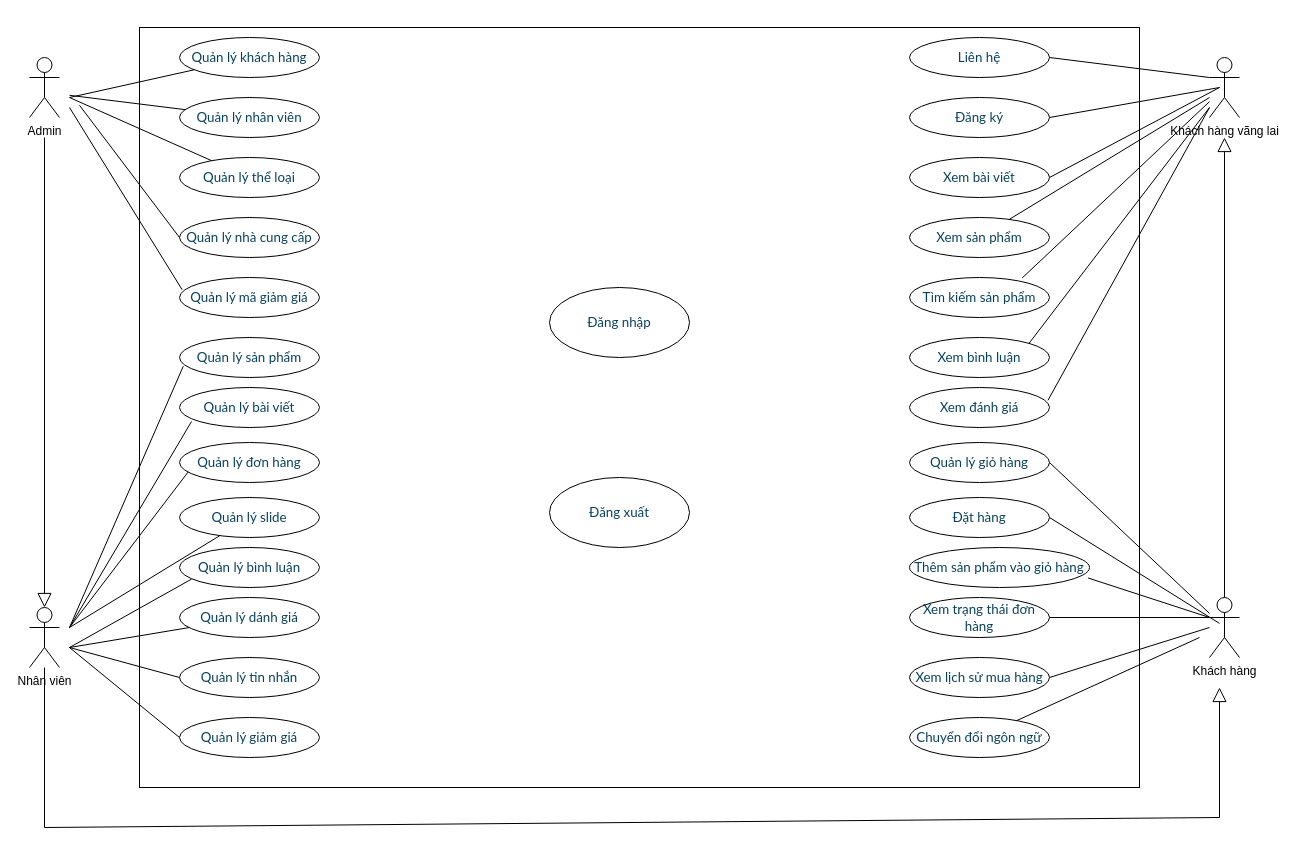
Earlier version of the draw.io diagram Biểu đồ không có tiêu đề.drawio (tongdat27/C-). Source tidied: cells renumbered, new cells numbered last; positions are measured from the earlier drawing's top-left corner, leaving out a move shared by most shapes. Both pictures are drawn from the tidied source at 100%, with x=0, y=0 at pixel (29, 27).
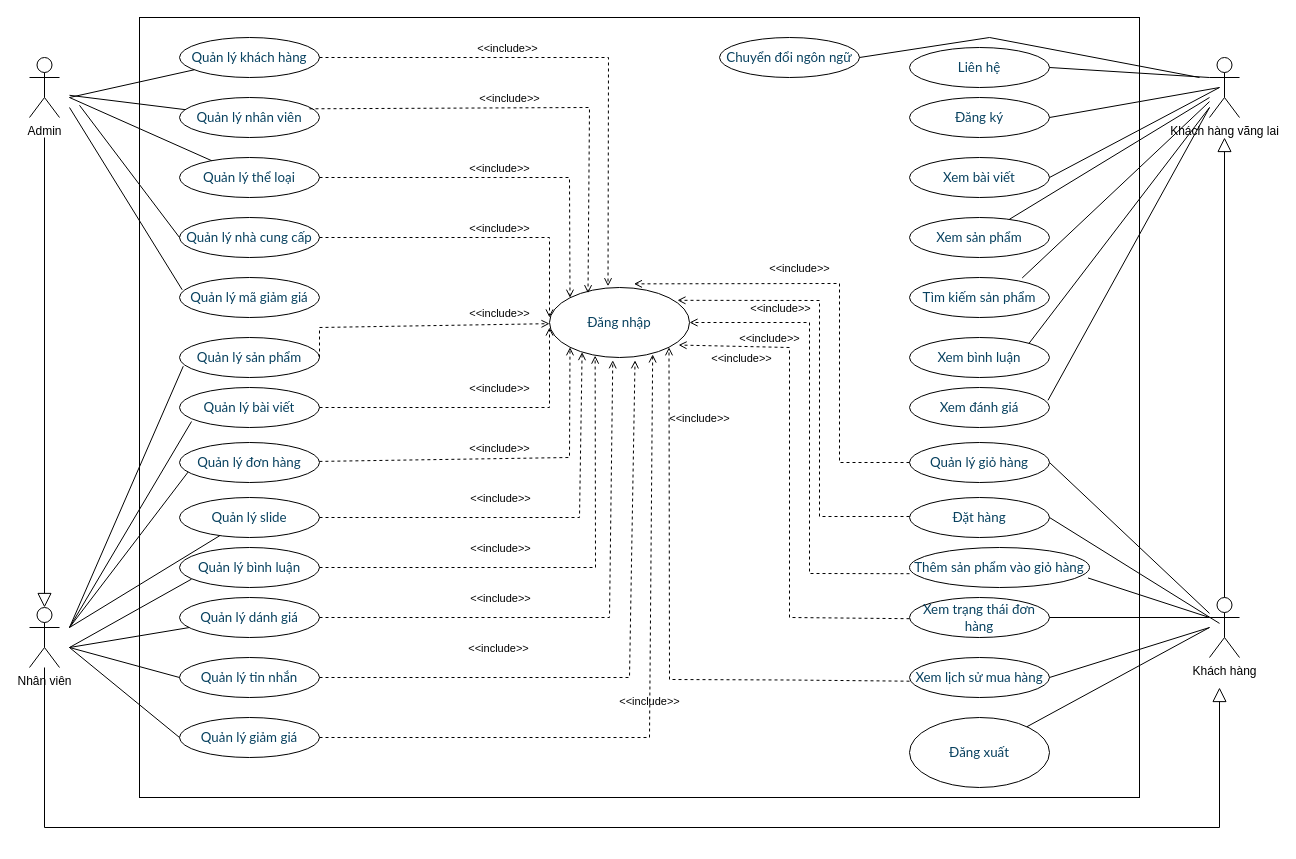
The same diagram, later.

Commit message:
doe use case v1

Unchanged cells that the change refers to:
```xml
<mxCell id="4" value="Nhân viên" style="shape=umlActor;verticalLabelPosition=bottom;verticalAlign=top;html=1;outlineConnect=0;" parent="1" vertex="1">
  <mxGeometry y="580" width="30" height="60" as="geometry" />
</mxCell>
<mxCell id="7" value="&lt;span style=&quot;font-family: Lato; color: rgb(8, 65, 95); font-size: 10pt;&quot;&gt;Quản lý khách hàng&lt;/span&gt;" style="ellipse;whiteSpace=wrap;html=1;" parent="1" vertex="1">
  <mxGeometry x="150" y="10" width="140" height="40" as="geometry" />
</mxCell>
<mxCell id="12" value="&lt;span style=&quot;font-family: Lato; color: rgb(8, 65, 95); font-size: 10pt;&quot;&gt;Quản lý sản phẩm&lt;/span&gt;" style="ellipse;whiteSpace=wrap;html=1;" parent="1" vertex="1">
  <mxGeometry x="150" y="310" width="140" height="40" as="geometry" />
</mxCell>
<mxCell id="13" value="&lt;span style=&quot;font-family: Lato; color: rgb(8, 65, 95); font-size: 10pt;&quot;&gt;Quản lý bài viết&lt;/span&gt;" style="ellipse;whiteSpace=wrap;html=1;" parent="1" vertex="1">
  <mxGeometry x="150" y="360" width="140" height="40" as="geometry" />
</mxCell>
<mxCell id="14" value="&lt;span style=&quot;font-family: Lato; color: rgb(8, 65, 95); font-size: 10pt;&quot;&gt;Quản lý đơn hàng&lt;/span&gt;" style="ellipse;whiteSpace=wrap;html=1;" parent="1" vertex="1">
  <mxGeometry x="150" y="415" width="140" height="40" as="geometry" />
</mxCell>
<mxCell id="15" value="&lt;span style=&quot;font-family: Lato; color: rgb(8, 65, 95); font-size: 10pt;&quot;&gt;Quản lý slide&lt;/span&gt;" style="ellipse;whiteSpace=wrap;html=1;" parent="1" vertex="1">
  <mxGeometry x="150" y="470" width="140" height="40" as="geometry" />
</mxCell>
<mxCell id="16" value="&lt;span style=&quot;font-family: Lato; color: rgb(8, 65, 95); font-size: 10pt;&quot;&gt;Quản lý bình luận&lt;/span&gt;" style="ellipse;whiteSpace=wrap;html=1;" parent="1" vertex="1">
  <mxGeometry x="150" y="520" width="140" height="40" as="geometry" />
</mxCell>
<mxCell id="17" value="&lt;span style=&quot;font-family: Lato; color: rgb(8, 65, 95); font-size: 10pt;&quot;&gt;Quản lý tin nhắn&lt;/span&gt;" style="ellipse;whiteSpace=wrap;html=1;" parent="1" vertex="1">
  <mxGeometry x="150" y="630" width="140" height="40" as="geometry" />
</mxCell>
<mxCell id="18" value="&lt;span style=&quot;font-family: Lato; color: rgb(8, 65, 95); font-size: 10pt;&quot;&gt;Quản lý giảm giá&lt;/span&gt;" style="ellipse;whiteSpace=wrap;html=1;" parent="1" vertex="1">
  <mxGeometry x="150" y="690" width="140" height="40" as="geometry" />
</mxCell>
<mxCell id="25" value="&lt;span style=&quot;font-family: Lato; color: rgb(8, 65, 95); font-size: 10pt;&quot;&gt;Quản lý giỏ hàng&lt;/span&gt;" style="ellipse;whiteSpace=wrap;html=1;" parent="1" vertex="1">
  <mxGeometry x="880" y="415" width="140" height="40" as="geometry" />
</mxCell>
<mxCell id="31" value="&lt;span style=&quot;font-family: Lato; color: rgb(8, 65, 95); font-size: 10pt;&quot;&gt;Quản lý dánh giá&lt;/span&gt;" style="ellipse;whiteSpace=wrap;html=1;" parent="1" vertex="1">
  <mxGeometry x="150" y="570" width="140" height="40" as="geometry" />
</mxCell>
<mxCell id="33" value="&lt;span style=&quot;font-family: Lato; color: rgb(8, 65, 95); font-size: 10pt;&quot;&gt;Đăng nhập&lt;/span&gt;" style="ellipse;whiteSpace=wrap;html=1;" parent="1" vertex="1">
  <mxGeometry x="520" y="260" width="140" height="70" as="geometry" />
</mxCell>
```

The edit, as a diff of the source:
```diff
@@
     <mxCell id="2" style="rounded=0;whiteSpace=wrap;html=1;" parent="1" vertex="1">
-      <mxGeometry x="110" width="1000" height="760" as="geometry" />
+      <mxGeometry x="110" y="-10" width="1000" height="780" as="geometry" />
     </mxCell>
@@
     <mxCell id="19" value="&lt;span style=&quot;font-family: Lato; color: rgb(8, 65, 95); font-size: 10pt;&quot;&gt;Liên hệ&lt;/span&gt;" style="ellipse;whiteSpace=wrap;html=1;" parent="1" vertex="1">
-      <mxGeometry x="880" y="10" width="140" height="40" as="geometry" />
+      <mxGeometry x="880" y="20" width="140" height="40" as="geometry" />
     </mxCell>
@@
     <mxCell id="30" value="&lt;span style=&quot;font-family: Lato; color: rgb(8, 65, 95); font-size: 10pt;&quot;&gt;Chuyển đổi ngôn ngữ&lt;/span&gt;" style="ellipse;whiteSpace=wrap;html=1;" parent="1" vertex="1">
-      <mxGeometry x="880" y="690" width="140" height="40" as="geometry" />
+      <mxGeometry x="690" y="10" width="140" height="40" as="geometry" />
     </mxCell>
@@
     <mxCell id="34" value="&lt;span style=&quot;font-family: Lato; color: rgb(8, 65, 95); font-size: 10pt;&quot;&gt;Đăng xuất&lt;/span&gt;" style="ellipse;whiteSpace=wrap;html=1;" parent="1" vertex="1">
-      <mxGeometry x="520" y="450" width="140" height="70" as="geometry" />
+      <mxGeometry x="880" y="690" width="140" height="70" as="geometry" />
     </mxCell>
@@
     <mxCell id="36" style="edgeStyle=none;html=1;endSize=12;endArrow=block;endFill=0;rounded=0;" parent="1" edge="1" source="4">
       <mxGeometry relative="1" as="geometry">
         <mxPoint x="1190" y="660" as="targetPoint" />
         <Array as="points">
           <mxPoint x="15" y="800" />
-          <mxPoint x="1190" y="790" />
+          <mxPoint x="1190" y="800" />
         </Array>
       </mxGeometry>
     </mxCell>
@@
-    <mxCell id="63" style="endArrow=none;html=1;rounded=0;" parent="1" edge="1" source="30">
-      <mxGeometry relative="1" as="geometry">
-        <mxPoint x="1170" y="610" as="targetPoint" />
-      </mxGeometry>
-    </mxCell>
+    <mxCell id="64" value="&amp;lt;&amp;lt;include&amp;gt;&amp;gt;" style="html=1;verticalAlign=bottom;labelBackgroundColor=none;endArrow=open;endFill=0;dashed=1;rounded=0;exitX=1;exitY=0.5;exitDx=0;exitDy=0;entryX=0.418;entryY=-0.018;entryDx=0;entryDy=0;entryPerimeter=0;" parent="1" edge="1" source="7" target="33">
+      <mxGeometry x="-0.27" relative="1" as="geometry">
+        <Array as="points">
+          <mxPoint x="579" y="30" />
+        </Array>
+        <mxPoint x="-1" as="offset" />
+      </mxGeometry>
+    </mxCell>
+    <mxCell id="65" value="&amp;lt;&amp;lt;include&amp;gt;&amp;gt;" style="html=1;verticalAlign=bottom;labelBackgroundColor=none;endArrow=open;endFill=0;dashed=1;rounded=0;exitX=1;exitY=0.5;exitDx=0;exitDy=0;entryX=0.275;entryY=0.082;entryDx=0;entryDy=0;entryPerimeter=0;" parent="1" edge="1" target="33">
+      <mxGeometry x="-0.14" relative="1" as="geometry">
+        <mxPoint x="280" y="81.3" as="sourcePoint" />
+        <Array as="points">
+          <mxPoint x="560" y="80" />
+        </Array>
+      </mxGeometry>
+    </mxCell>
+    <mxCell id="66" value="&amp;lt;&amp;lt;include&amp;gt;&amp;gt;" style="html=1;verticalAlign=bottom;labelBackgroundColor=none;endArrow=open;endFill=0;dashed=1;rounded=0;entryX=0;entryY=0;entryDx=0;entryDy=0;" parent="1" edge="1" target="33">
+      <mxGeometry x="-0.03" relative="1" as="geometry">
+        <mxPoint x="290" y="150" as="sourcePoint" />
+        <Array as="points">
+          <mxPoint x="540" y="150" />
+        </Array>
+      </mxGeometry>
+    </mxCell>
+    <mxCell id="67" value="&amp;lt;&amp;lt;include&amp;gt;&amp;gt;" style="html=1;verticalAlign=bottom;labelBackgroundColor=none;endArrow=open;endFill=0;dashed=1;rounded=0;entryX=0;entryY=0.429;entryDx=0;entryDy=0;entryPerimeter=0;" parent="1" edge="1" target="33">
+      <mxGeometry x="0.16" relative="1" as="geometry">
+        <mxPoint x="290" y="210" as="sourcePoint" />
+        <Array as="points">
+          <mxPoint x="520" y="210" />
+        </Array>
+      </mxGeometry>
+    </mxCell>
+    <mxCell id="68" value="&amp;lt;&amp;lt;include&amp;gt;&amp;gt;" style="html=1;verticalAlign=bottom;labelBackgroundColor=none;endArrow=open;endFill=0;dashed=1;rounded=0;exitX=1;exitY=0.5;exitDx=0;exitDy=0;" parent="1" edge="1" source="12" target="33">
+      <mxGeometry x="0.62" y="2" relative="1" as="geometry">
+        <Array as="points">
+          <mxPoint x="290" y="300" />
+        </Array>
+        <mxPoint x="-1" as="offset" />
+      </mxGeometry>
+    </mxCell>
+    <mxCell id="69" value="&amp;lt;&amp;lt;include&amp;gt;&amp;gt;" style="html=1;verticalAlign=bottom;labelBackgroundColor=none;endArrow=open;endFill=0;dashed=1;rounded=0;" parent="1" edge="1" source="13">
+      <mxGeometry x="0.16" y="10" relative="1" as="geometry">
+        <mxPoint x="520" y="300" as="targetPoint" />
+        <Array as="points">
+          <mxPoint x="520" y="380" />
+        </Array>
+      </mxGeometry>
+    </mxCell>
+    <mxCell id="70" value="&amp;lt;&amp;lt;include&amp;gt;&amp;gt;" style="html=1;verticalAlign=bottom;labelBackgroundColor=none;endArrow=open;endFill=0;dashed=1;rounded=0;entryX=0;entryY=1;entryDx=0;entryDy=0;" parent="1" edge="1" source="14" target="33">
+      <mxGeometry y="1" relative="1" as="geometry">
+        <Array as="points">
+          <mxPoint x="540" y="430" />
+        </Array>
+      </mxGeometry>
+    </mxCell>
+    <mxCell id="71" value="&amp;lt;&amp;lt;include&amp;gt;&amp;gt;" style="html=1;verticalAlign=bottom;labelBackgroundColor=none;endArrow=open;endFill=0;dashed=1;rounded=0;entryX=0.233;entryY=0.923;entryDx=0;entryDy=0;entryPerimeter=0;" parent="1" edge="1" source="15" target="33">
+      <mxGeometry x="-0.15" y="10" relative="1" as="geometry">
+        <Array as="points">
+          <mxPoint x="550" y="490" />
+        </Array>
+      </mxGeometry>
+    </mxCell>
+    <mxCell id="72" value="&amp;lt;&amp;lt;include&amp;gt;&amp;gt;" style="html=1;verticalAlign=bottom;labelBackgroundColor=none;endArrow=open;endFill=0;dashed=1;rounded=0;entryX=0.326;entryY=0.973;entryDx=0;entryDy=0;entryPerimeter=0;" parent="1" edge="1" source="16" target="33">
+      <mxGeometry x="-0.26" y="10" relative="1" as="geometry">
+        <Array as="points">
+          <mxPoint x="566" y="540" />
+        </Array>
+      </mxGeometry>
+    </mxCell>
+    <mxCell id="73" value="&amp;lt;&amp;lt;include&amp;gt;&amp;gt;" style="html=1;verticalAlign=bottom;labelBackgroundColor=none;endArrow=open;endFill=0;dashed=1;rounded=0;entryX=0.452;entryY=1.04;entryDx=0;entryDy=0;entryPerimeter=0;" parent="1" edge="1" source="31" target="33">
+      <mxGeometry x="-0.34" y="10" relative="1" as="geometry">
+        <Array as="points">
+          <mxPoint x="580" y="590" />
+        </Array>
+      </mxGeometry>
+    </mxCell>
+    <mxCell id="74" value="&amp;lt;&amp;lt;include&amp;gt;&amp;gt;" style="html=1;verticalAlign=bottom;labelBackgroundColor=none;endArrow=open;endFill=0;dashed=1;rounded=0;entryX=0.611;entryY=1.04;entryDx=0;entryDy=0;entryPerimeter=0;" parent="1" edge="1" source="17" target="33">
+      <mxGeometry x="-0.43" y="20" relative="1" as="geometry">
+        <Array as="points">
+          <mxPoint x="600" y="650" />
+        </Array>
+      </mxGeometry>
+    </mxCell>
+    <mxCell id="75" value="&amp;lt;&amp;lt;include&amp;gt;&amp;gt;" style="html=1;verticalAlign=bottom;labelBackgroundColor=none;endArrow=open;endFill=0;dashed=1;rounded=0;entryX=0.737;entryY=0.956;entryDx=0;entryDy=0;entryPerimeter=0;" parent="1" edge="1" source="18" target="33">
+      <mxGeometry relative="1" as="geometry">
+        <Array as="points">
+          <mxPoint x="620" y="710" />
+        </Array>
+      </mxGeometry>
+    </mxCell>
+    <mxCell id="76" value="&amp;lt;&amp;lt;include&amp;gt;&amp;gt;" style="html=1;verticalAlign=bottom;labelBackgroundColor=none;endArrow=open;endFill=0;dashed=1;rounded=0;entryX=0.603;entryY=-0.052;entryDx=0;entryDy=0;entryPerimeter=0;exitX=0;exitY=0.5;exitDx=0;exitDy=0;" parent="1" edge="1" source="25" target="33">
+      <mxGeometry x="0.27" y="-6" relative="1" as="geometry">
+        <Array as="points">
+          <mxPoint x="810" y="435" />
+          <mxPoint x="810" y="256" />
+        </Array>
+      </mxGeometry>
+    </mxCell>
+    <mxCell id="77" value="&amp;lt;&amp;lt;include&amp;gt;&amp;gt;" style="html=1;verticalAlign=bottom;labelBackgroundColor=none;endArrow=open;endFill=0;dashed=1;rounded=0;exitX=0;exitY=0.5;exitDx=0;exitDy=0;entryX=0.914;entryY=0.183;entryDx=0;entryDy=0;entryPerimeter=0;" parent="1" edge="1" target="33">
+      <mxGeometry x="0.54" y="17" relative="1" as="geometry">
+        <mxPoint x="880" y="489" as="sourcePoint" />
+        <Array as="points">
+          <mxPoint x="790" y="489" />
+          <mxPoint x="790" y="273" />
+        </Array>
+      </mxGeometry>
+    </mxCell>
+    <mxCell id="78" value="&amp;lt;&amp;lt;include&amp;gt;&amp;gt;" style="html=1;verticalAlign=bottom;labelBackgroundColor=none;endArrow=open;endFill=0;dashed=1;rounded=0;exitX=0;exitY=0.5;exitDx=0;exitDy=0;entryX=1;entryY=0.5;entryDx=0;entryDy=0;" parent="1" edge="1" target="33">
+      <mxGeometry x="0.66" y="25" relative="1" as="geometry">
+        <mxPoint x="880" y="546.2" as="sourcePoint" />
+        <Array as="points">
+          <mxPoint x="780" y="546" />
+          <mxPoint x="780" y="295" />
+        </Array>
+      </mxGeometry>
+    </mxCell>
+    <mxCell id="79" value="&amp;lt;&amp;lt;include&amp;gt;&amp;gt;" style="html=1;verticalAlign=bottom;labelBackgroundColor=none;endArrow=open;endFill=0;dashed=1;rounded=0;exitX=0;exitY=0.5;exitDx=0;exitDy=0;entryX=0.922;entryY=0.822;entryDx=0;entryDy=0;entryPerimeter=0;" parent="1" edge="1" target="33">
+      <mxGeometry x="0.75" y="21" relative="1" as="geometry">
+        <mxPoint x="880" y="591.2" as="sourcePoint" />
+        <Array as="points">
+          <mxPoint x="760" y="590" />
+          <mxPoint x="760" y="320" />
+        </Array>
+      </mxGeometry>
+    </mxCell>
+    <mxCell id="80" value="&amp;lt;&amp;lt;include&amp;gt;&amp;gt;" style="html=1;verticalAlign=bottom;labelBackgroundColor=none;endArrow=open;endFill=0;dashed=1;rounded=0;exitX=0;exitY=0.5;exitDx=0;exitDy=0;entryX=1;entryY=1;entryDx=0;entryDy=0;" parent="1" edge="1" target="33">
+      <mxGeometry x="0.72" y="-30" relative="1" as="geometry">
+        <mxPoint x="880" y="653.7" as="sourcePoint" />
+        <Array as="points">
+          <mxPoint x="760" y="652.5" />
+          <mxPoint x="640" y="652" />
+        </Array>
+      </mxGeometry>
+    </mxCell>
+    <mxCell id="81" style="endArrow=none;html=1;rounded=0;exitX=1;exitY=0.5;exitDx=0;exitDy=0;" parent="1" edge="1" source="30">
+      <mxGeometry relative="1" as="geometry">
+        <mxPoint x="1170" y="50" as="targetPoint" />
+        <Array as="points">
+          <mxPoint x="960" y="10" />
+        </Array>
+      </mxGeometry>
+    </mxCell>
+    <mxCell id="82" style="endArrow=none;html=1;rounded=0;" parent="1" edge="1" source="34">
+      <mxGeometry relative="1" as="geometry">
+        <mxPoint x="1180" y="600" as="targetPoint" />
+      </mxGeometry>
+    </mxCell>
```
